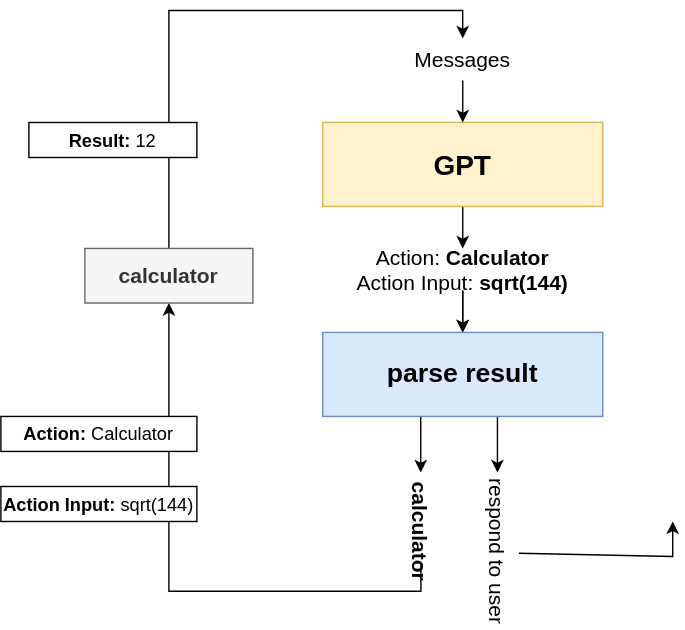
Earlier version of the draw.io export chart-tool-use.svg (jamesmurdza/ai-agent-camp-generation). Source tidied: cells renumbered, new cells last; positions are measured from the earlier drawing's top-left corner, leaving out a move shared by most shapes. Its diagram source:
```xml
<mxGraphModel>
  <root>
    <mxCell id="0" />
    <mxCell id="1" parent="0" />
    <mxCell id="2" style="edgeStyle=orthogonalEdgeStyle;rounded=0;jettySize=auto;html=1;exitX=0.5;exitY=1;exitDx=0;exitDy=0;entryX=0.5;entryY=0;entryDx=0;entryDy=0;" parent="1" edge="1" source="3" target="8">
      <mxGeometry relative="1" as="geometry" />
    </mxCell>
    <mxCell id="3" value="GPT" style="rounded=0;whiteSpace=wrap;html=1;fillColor=#fff2cc;strokeColor=#d6b656;fontStyle=1;fontSize=20;" parent="1" vertex="1">
      <mxGeometry x="229.9" y="60" width="200" height="60" as="geometry" />
    </mxCell>
    <mxCell id="4" style="edgeStyle=orthogonalEdgeStyle;rounded=0;jettySize=auto;html=1;exitX=0.5;exitY=1;exitDx=0;exitDy=0;entryX=0.5;entryY=0;entryDx=0;entryDy=0;" parent="1" edge="1" source="5" target="3">
      <mxGeometry relative="1" as="geometry" />
    </mxCell>
    <mxCell id="5" value="Messages" style="text;html=1;align=center;verticalAlign=middle;whiteSpace=wrap;rounded=0;fontSize=15;" parent="1" vertex="1">
      <mxGeometry x="299.9" width="60" height="30" as="geometry" />
    </mxCell>
    <mxCell id="6" style="edgeStyle=orthogonalEdgeStyle;rounded=0;jettySize=auto;html=1;exitX=0.5;exitY=1;exitDx=0;exitDy=0;entryX=0.5;entryY=0;entryDx=0;entryDy=0;" parent="1" edge="1" source="8" target="11">
      <mxGeometry relative="1" as="geometry" />
    </mxCell>
    <mxCell id="7" style="edgeStyle=orthogonalEdgeStyle;rounded=0;jettySize=auto;html=1;" parent="1" edge="1" source="8" target="11">
      <mxGeometry relative="1" as="geometry" />
    </mxCell>
    <mxCell id="8" value="Action: &lt;b&gt;Calculator&lt;/b&gt;&lt;div&gt;Action Input: &lt;b&gt;sqrt(144)&lt;/b&gt;&lt;/div&gt;" style="text;html=1;align=center;verticalAlign=middle;whiteSpace=wrap;rounded=0;fontSize=15;" parent="1" vertex="1">
      <mxGeometry x="249.8" y="149.9" width="160.1" height="30" as="geometry" />
    </mxCell>
    <mxCell id="9" style="edgeStyle=orthogonalEdgeStyle;rounded=0;orthogonalLoop=1;jettySize=auto;html=1;exitX=0.25;exitY=1;exitDx=0;exitDy=0;" parent="1" edge="1">
      <mxGeometry relative="1" as="geometry">
        <mxPoint x="299.9" y="249.9" as="sourcePoint" />
        <mxPoint x="299.9" y="310" as="targetPoint" />
      </mxGeometry>
    </mxCell>
    <mxCell id="10" style="edgeStyle=orthogonalEdgeStyle;rounded=0;orthogonalLoop=1;jettySize=auto;html=1;exitX=0.75;exitY=1;exitDx=0;exitDy=0;" parent="1" edge="1">
      <mxGeometry relative="1" as="geometry">
        <mxPoint x="354.7" y="249.9" as="sourcePoint" />
        <mxPoint x="354.7" y="310" as="targetPoint" />
      </mxGeometry>
    </mxCell>
    <mxCell id="11" value="parse result" style="rounded=0;whiteSpace=wrap;html=1;fillColor=#dae8fc;strokeColor=#6c8ebf;fontStyle=1;fontSize=19;" parent="1" vertex="1">
      <mxGeometry x="229.9" y="210" width="200" height="60" as="geometry" />
    </mxCell>
    <mxCell id="12" style="edgeStyle=orthogonalEdgeStyle;rounded=0;jettySize=auto;html=1;exitX=1;exitY=0.5;exitDx=0;exitDy=0;entryX=0.5;entryY=1;entryDx=0;entryDy=0;" parent="1" edge="1" source="13" target="17">
      <mxGeometry relative="1" as="geometry" />
    </mxCell>
    <mxCell id="13" value="calculator" style="text;html=1;align=left;verticalAlign=middle;whiteSpace=wrap;rounded=0;rotation=90;fontSize=15;fontStyle=1;" parent="1" vertex="1">
      <mxGeometry x="270" y="329.9" width="60" height="30" as="geometry" />
    </mxCell>
    <mxCell id="14" style="edgeStyle=orthogonalEdgeStyle;rounded=0;jettySize=auto;html=1;" parent="1" edge="1" source="15">
      <mxGeometry relative="1" as="geometry">
        <mxPoint x="479.9" y="344.9" as="targetPoint" />
        <Array as="points">
          <mxPoint x="480" y="370" />
        </Array>
      </mxGeometry>
    </mxCell>
    <mxCell id="15" value="respond to user" style="text;html=1;align=left;verticalAlign=middle;whiteSpace=wrap;rounded=0;rotation=90;fontSize=15;" parent="1" vertex="1">
      <mxGeometry x="299.9" y="352.4" width="110.1" height="30" as="geometry" />
    </mxCell>
    <mxCell id="16" style="edgeStyle=orthogonalEdgeStyle;rounded=0;jettySize=auto;html=1;exitX=0.5;exitY=0;exitDx=0;exitDy=0;entryX=0.5;entryY=0;entryDx=0;entryDy=0;" parent="1" edge="1" source="17" target="5">
      <mxGeometry relative="1" as="geometry" />
    </mxCell>
    <mxCell id="17" value="calculator" style="rounded=0;whiteSpace=wrap;html=1;fillColor=#f5f5f5;strokeColor=#666666;fontStyle=1;fontSize=15;fontColor=#333333;" parent="1" vertex="1">
      <mxGeometry x="60" y="150" width="120" height="39" as="geometry" />
    </mxCell>
    <mxCell id="18" value="&lt;div&gt;&lt;b&gt;Action:&lt;/b&gt;&amp;nbsp;Calculator&lt;/div&gt;" style="text;html=1;align=center;verticalAlign=middle;whiteSpace=wrap;rounded=0;fontSize=13;strokeColor=default;fillColor=default;" parent="1" vertex="1">
      <mxGeometry y="269.9" width="140" height="25" as="geometry" />
    </mxCell>
    <mxCell id="19" value="&lt;div&gt;&lt;b&gt;Action Input:&lt;/b&gt;&amp;nbsp;sqrt(&lt;span style=&quot;background-color: transparent; color: light-dark(rgb(0, 0, 0), rgb(255, 255, 255));&quot;&gt;144)&lt;/span&gt;&lt;/div&gt;" style="text;html=1;align=center;verticalAlign=middle;whiteSpace=wrap;rounded=0;fontSize=13;strokeColor=default;fillColor=default;" parent="1" vertex="1">
      <mxGeometry y="320" width="140" height="25" as="geometry" />
    </mxCell>
    <mxCell id="20" value="&lt;div&gt;&lt;b&gt;Result:&lt;/b&gt;&amp;nbsp;&lt;span style=&quot;background-color: transparent; color: light-dark(rgb(0, 0, 0), rgb(255, 255, 255));&quot;&gt;12&lt;/span&gt;&lt;/div&gt;" style="text;html=1;align=center;verticalAlign=middle;whiteSpace=wrap;rounded=0;fontSize=13;strokeColor=default;fillColor=default;" parent="1" vertex="1">
      <mxGeometry x="20" y="60" width="120" height="25" as="geometry" />
    </mxCell>
  </root>
</mxGraphModel>
```
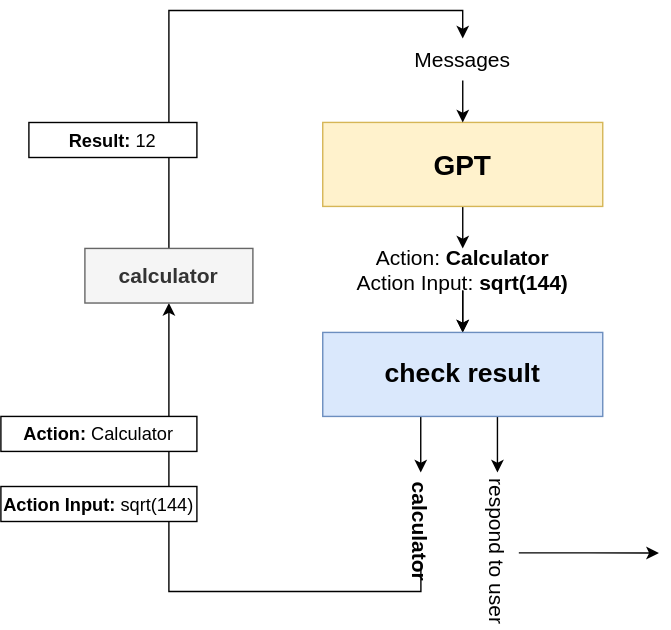
Later version of the same file.

The edit, as a diff of the source:
```diff
@@ -21,7 +21,7 @@
       <mxGeometry relative="1" as="geometry" />
     </mxCell>
     <mxCell id="8" value="Action: &lt;b&gt;Calculator&lt;/b&gt;&lt;div&gt;Action Input: &lt;b&gt;sqrt(144)&lt;/b&gt;&lt;/div&gt;" style="text;html=1;align=center;verticalAlign=middle;whiteSpace=wrap;rounded=0;fontSize=15;" parent="1" vertex="1">
-      <mxGeometry x="249.8" y="149.9" width="160.1" height="30" as="geometry" />
+      <mxGeometry x="249.8" y="150" width="160.1" height="30" as="geometry" />
     </mxCell>
     <mxCell id="9" style="edgeStyle=orthogonalEdgeStyle;rounded=0;orthogonalLoop=1;jettySize=auto;html=1;exitX=0.25;exitY=1;exitDx=0;exitDy=0;" parent="1" edge="1">
       <mxGeometry relative="1" as="geometry">
@@ -35,7 +35,7 @@
         <mxPoint x="354.7" y="310" as="targetPoint" />
       </mxGeometry>
     </mxCell>
-    <mxCell id="11" value="parse result" style="rounded=0;whiteSpace=wrap;html=1;fillColor=#dae8fc;strokeColor=#6c8ebf;fontStyle=1;fontSize=19;" parent="1" vertex="1">
+    <mxCell id="11" value="check result" style="rounded=0;whiteSpace=wrap;html=1;fillColor=#dae8fc;strokeColor=#6c8ebf;fontStyle=1;fontSize=19;" parent="1" vertex="1">
       <mxGeometry x="229.9" y="210" width="200" height="60" as="geometry" />
     </mxCell>
     <mxCell id="12" style="edgeStyle=orthogonalEdgeStyle;rounded=0;jettySize=auto;html=1;exitX=1;exitY=0.5;exitDx=0;exitDy=0;entryX=0.5;entryY=1;entryDx=0;entryDy=0;" parent="1" edge="1" source="13" target="17">
@@ -44,12 +44,9 @@
     <mxCell id="13" value="calculator" style="text;html=1;align=left;verticalAlign=middle;whiteSpace=wrap;rounded=0;rotation=90;fontSize=15;fontStyle=1;" parent="1" vertex="1">
       <mxGeometry x="270" y="329.9" width="60" height="30" as="geometry" />
     </mxCell>
-    <mxCell id="14" style="edgeStyle=orthogonalEdgeStyle;rounded=0;jettySize=auto;html=1;" parent="1" edge="1" source="15">
+    <mxCell id="14" style="edgeStyle=orthogonalEdgeStyle;rounded=0;jettySize=auto;html=1;exitX=0.5;exitY=0;exitDx=0;exitDy=0;" parent="1" edge="1" source="15">
       <mxGeometry relative="1" as="geometry">
-        <mxPoint x="479.9" y="344.9" as="targetPoint" />
-        <Array as="points">
-          <mxPoint x="480" y="370" />
-        </Array>
+        <mxPoint x="470" y="367.6" as="targetPoint" />
       </mxGeometry>
     </mxCell>
     <mxCell id="15" value="respond to user" style="text;html=1;align=left;verticalAlign=middle;whiteSpace=wrap;rounded=0;rotation=90;fontSize=15;" parent="1" vertex="1">
@@ -62,7 +59,7 @@
       <mxGeometry x="60" y="150" width="120" height="39" as="geometry" />
     </mxCell>
     <mxCell id="18" value="&lt;div&gt;&lt;b&gt;Action:&lt;/b&gt;&amp;nbsp;Calculator&lt;/div&gt;" style="text;html=1;align=center;verticalAlign=middle;whiteSpace=wrap;rounded=0;fontSize=13;strokeColor=default;fillColor=default;" parent="1" vertex="1">
-      <mxGeometry y="269.9" width="140" height="25" as="geometry" />
+      <mxGeometry y="270" width="140" height="25" as="geometry" />
     </mxCell>
     <mxCell id="19" value="&lt;div&gt;&lt;b&gt;Action Input:&lt;/b&gt;&amp;nbsp;sqrt(&lt;span style=&quot;background-color: transparent; color: light-dark(rgb(0, 0, 0), rgb(255, 255, 255));&quot;&gt;144)&lt;/span&gt;&lt;/div&gt;" style="text;html=1;align=center;verticalAlign=middle;whiteSpace=wrap;rounded=0;fontSize=13;strokeColor=default;fillColor=default;" parent="1" vertex="1">
       <mxGeometry y="320" width="140" height="25" as="geometry" />
```
